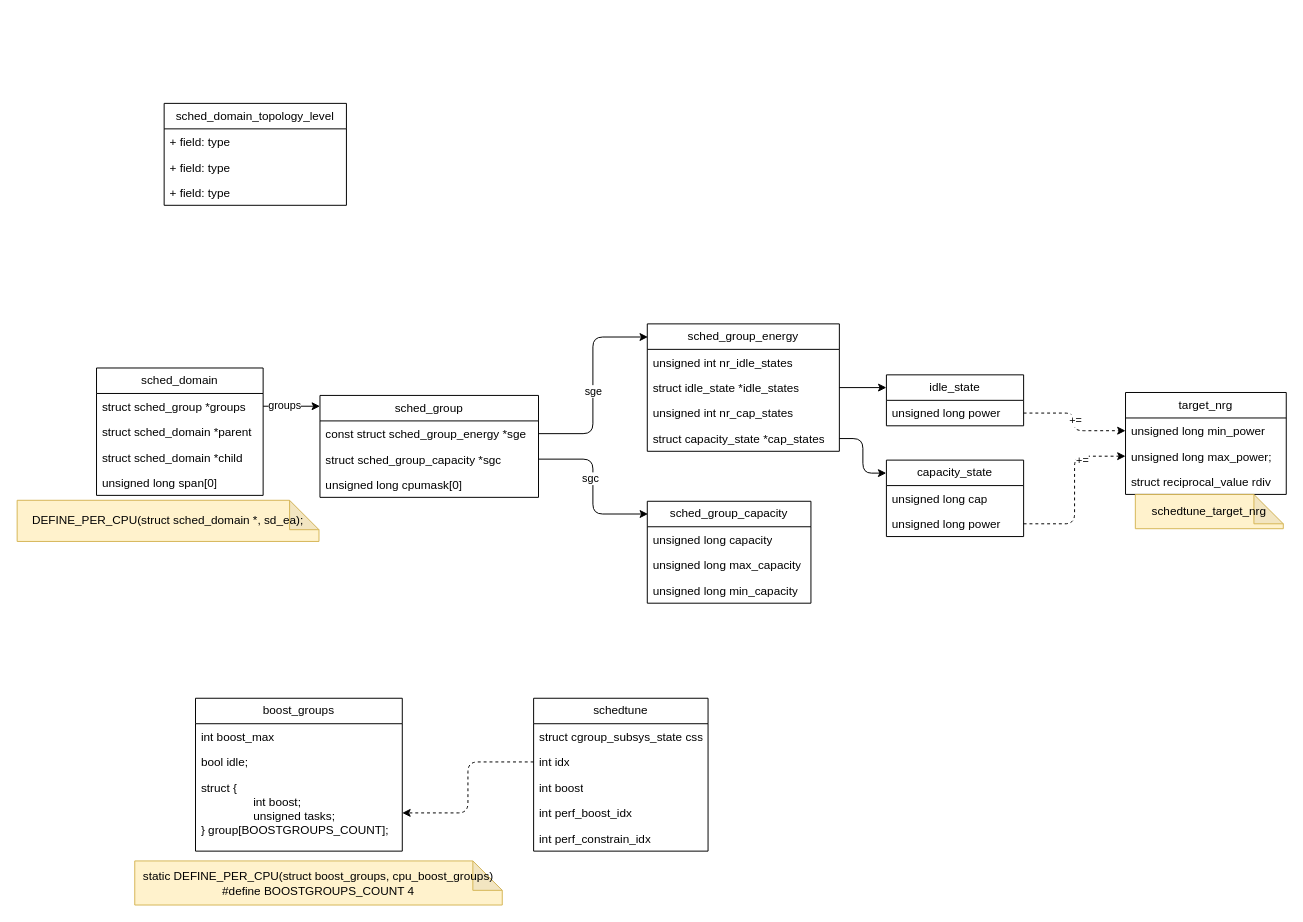
Earlier version of the draw.io diagram schedtune.drawio (jasonactions/graph). Source tidied: cells renumbered, new cells numbered last; positions are measured from the earlier drawing's top-left corner, leaving out a move shared by most shapes. Both pictures are drawn from the tidied source at 98%, with x=0, y=0 at pixel (17, 103).
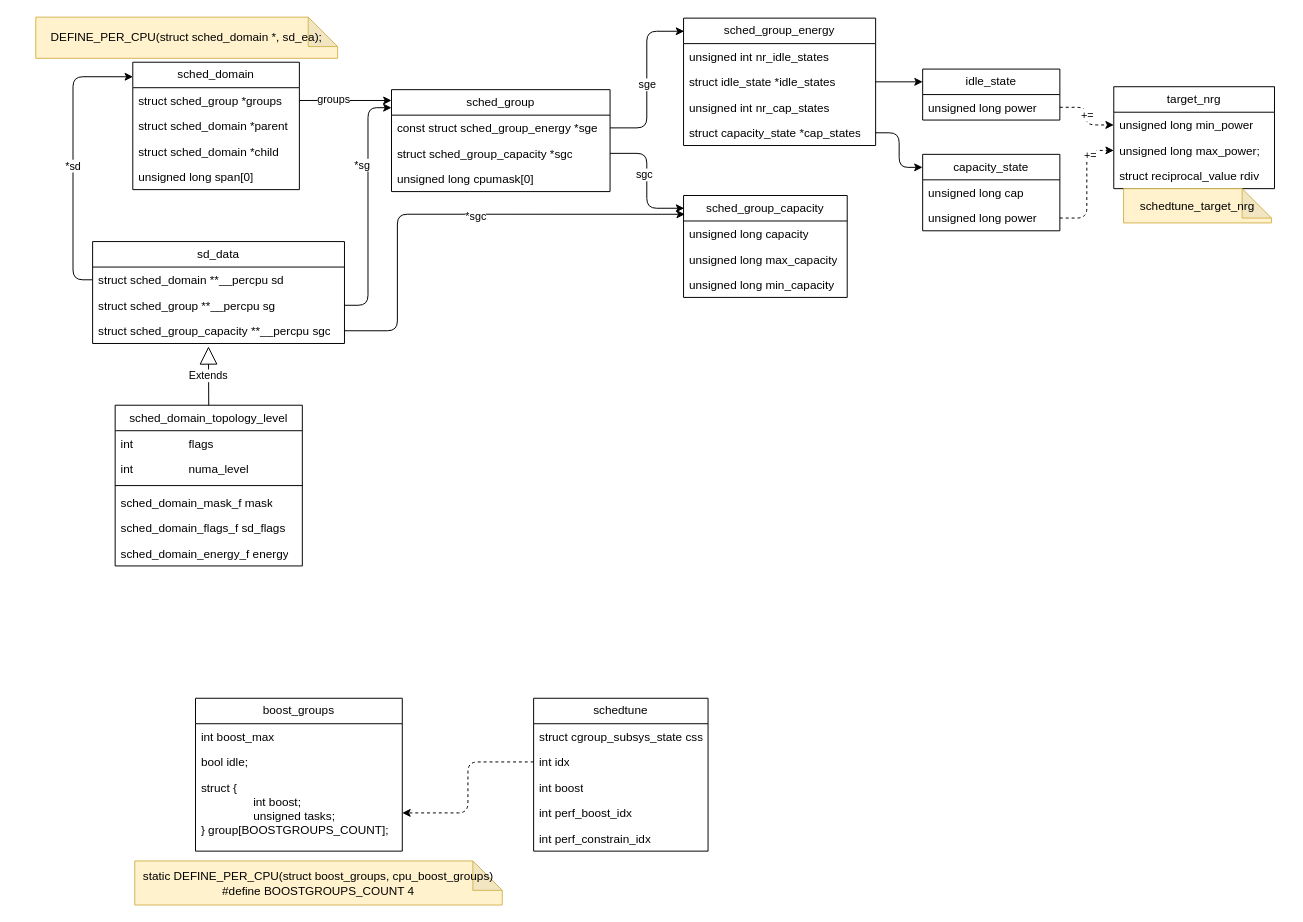
The same page after the edit.

Diff of the diagram source:
```diff
@@
     <mxCell id="2" value="target_nrg" style="swimlane;fontStyle=0;horizontal=1;startSize=26;fillColor=none;whiteSpace=wrap;html=1;" parent="1" vertex="1">
-      <mxGeometry x="1131" y="295" width="164" height="104" as="geometry" />
+      <mxGeometry x="1119" y="-17" width="164" height="104" as="geometry" />
     </mxCell>
@@
     <mxCell id="6" value="sched_domain" style="swimlane;fontStyle=0;horizontal=1;startSize=26;fillColor=none;whiteSpace=wrap;html=1;" parent="1" vertex="1">
-      <mxGeometry x="81" y="270" width="170" height="130" as="geometry" />
+      <mxGeometry x="118" y="-42" width="170" height="130" as="geometry" />
     </mxCell>
@@
     <mxCell id="11" value="sched_group" style="swimlane;fontStyle=0;horizontal=1;startSize=26;fillColor=none;whiteSpace=wrap;html=1;" parent="1" vertex="1">
-      <mxGeometry x="309" y="298" width="223" height="104" as="geometry" />
+      <mxGeometry x="382" y="-14" width="223" height="104" as="geometry" />
     </mxCell>
@@
     <mxCell id="29" value="schedtune_target_nrg" style="shape=note;whiteSpace=wrap;html=1;backgroundOutline=1;darkOpacity=0.05;fillColor=#fff2cc;strokeColor=#d6b656;" parent="1" vertex="1">
-      <mxGeometry x="1141" y="399" width="151" height="35" as="geometry" />
+      <mxGeometry x="1129" y="87" width="151" height="35" as="geometry" />
     </mxCell>
     <mxCell id="30" value="sched_group_capacity" style="swimlane;fontStyle=0;horizontal=1;startSize=26;fillColor=none;whiteSpace=wrap;html=1;" parent="1" vertex="1">
-      <mxGeometry x="643" y="406" width="167" height="104" as="geometry" />
+      <mxGeometry x="680" y="94" width="167" height="104" as="geometry" />
     </mxCell>
@@
     <mxCell id="36" value="sched_group_energy" style="swimlane;fontStyle=0;horizontal=1;startSize=26;fillColor=none;whiteSpace=wrap;html=1;" parent="1" vertex="1">
-      <mxGeometry x="643" y="225" width="196" height="130" as="geometry" />
+      <mxGeometry x="680" y="-87" width="196" height="130" as="geometry" />
     </mxCell>
@@
     <mxCell id="43" value="idle_state" style="swimlane;fontStyle=0;horizontal=1;startSize=26;fillColor=none;whiteSpace=wrap;html=1;" parent="1" vertex="1">
-      <mxGeometry x="887" y="277" width="140" height="52" as="geometry" />
+      <mxGeometry x="924" y="-35" width="140" height="52" as="geometry" />
     </mxCell>
@@
     <mxCell id="46" value="capacity_state" style="swimlane;fontStyle=0;horizontal=1;startSize=26;fillColor=none;whiteSpace=wrap;html=1;" parent="1" vertex="1">
-      <mxGeometry x="887" y="364" width="140" height="78" as="geometry" />
+      <mxGeometry x="924" y="52" width="140" height="78" as="geometry" />
     </mxCell>
@@
     <mxCell id="50" value="DEFINE_PER_CPU(struct sched_domain *, sd_ea);" style="shape=note;whiteSpace=wrap;html=1;backgroundOutline=1;darkOpacity=0.05;fillColor=#fff2cc;strokeColor=#d6b656;" parent="1" vertex="1">
-      <mxGeometry y="405" width="308" height="42" as="geometry" />
+      <mxGeometry x="19" y="-88" width="308" height="42" as="geometry" />
     </mxCell>
@@
+    <mxCell id="59" value="sd_data" style="swimlane;fontStyle=0;horizontal=1;startSize=26;fillColor=none;whiteSpace=wrap;html=1;" parent="1" vertex="1">
+      <mxGeometry x="77" y="141" width="257" height="104" as="geometry" />
+    </mxCell>
+    <mxCell id="60" value="struct sched_domain **__percpu sd" style="text;strokeColor=none;fillColor=none;align=left;verticalAlign=top;spacingLeft=4;spacingRight=4;overflow=hidden;points=[[0,0.5],[1,0.5]];portConstraint=eastwest;whiteSpace=wrap;html=1;" parent="59" vertex="1">
+      <mxGeometry y="26" width="257" height="26" as="geometry" />
+    </mxCell>
+    <mxCell id="61" value="struct sched_group **__percpu sg" style="text;strokeColor=none;fillColor=none;align=left;verticalAlign=top;spacingLeft=4;spacingRight=4;overflow=hidden;points=[[0,0.5],[1,0.5]];portConstraint=eastwest;whiteSpace=wrap;html=1;" parent="59" vertex="1">
+      <mxGeometry y="52" width="257" height="26" as="geometry" />
+    </mxCell>
+    <mxCell id="62" value="struct sched_group_capacity **__percpu sgc" style="text;strokeColor=none;fillColor=none;align=left;verticalAlign=top;spacingLeft=4;spacingRight=4;overflow=hidden;points=[[0,0.5],[1,0.5]];portConstraint=eastwest;whiteSpace=wrap;html=1;" parent="59" vertex="1">
+      <mxGeometry y="78" width="257" height="26" as="geometry" />
+    </mxCell>
-    <mxCell id="55" value="sched_domain_topology_level" style="swimlane;fontStyle=0;horizontal=1;startSize=26;fillColor=none;whiteSpace=wrap;html=1;" parent="1" vertex="1">
-      <mxGeometry x="150" width="186" height="104" as="geometry" />
+    <mxCell id="55" value="&lt;span style=&quot;font-weight: 400;&quot;&gt;sched_domain_topology_level&lt;/span&gt;" style="swimlane;fontStyle=1;align=center;verticalAlign=top;horizontal=1;startSize=26;whiteSpace=wrap;html=1;" parent="1" vertex="1">
+      <mxGeometry x="100" y="308" width="191" height="164" as="geometry" />
     </mxCell>
-    <mxCell id="56" value="+ field: type" style="text;strokeColor=none;fillColor=none;align=left;verticalAlign=top;spacingLeft=4;spacingRight=4;overflow=hidden;whiteSpace=wrap;html=1;" parent="55" vertex="1">
-      <mxGeometry y="26" width="186" height="26" as="geometry" />
-    </mxCell>
-    <mxCell id="57" value="+ field: type" style="text;strokeColor=none;fillColor=none;align=left;verticalAlign=top;spacingLeft=4;spacingRight=4;overflow=hidden;whiteSpace=wrap;html=1;" parent="55" vertex="1">
-      <mxGeometry y="52" width="186" height="26" as="geometry" />
-    </mxCell>
-    <mxCell id="58" value="+ field: type" style="text;strokeColor=none;fillColor=none;align=left;verticalAlign=top;spacingLeft=4;spacingRight=4;overflow=hidden;whiteSpace=wrap;html=1;" parent="55" vertex="1">
-      <mxGeometry y="78" width="186" height="26" as="geometry" />
-    </mxCell>
+    <mxCell id="63" value="int&amp;nbsp; &amp;nbsp; &amp;nbsp; &amp;nbsp; &amp;nbsp; &amp;nbsp; &amp;nbsp; &amp;nbsp; &amp;nbsp;flags" style="text;strokeColor=none;fillColor=none;align=left;verticalAlign=top;spacingLeft=4;spacingRight=4;overflow=hidden;whiteSpace=wrap;html=1;" parent="55" vertex="1">
+      <mxGeometry y="26" width="191" height="26" as="geometry" />
+    </mxCell>
+    <mxCell id="64" value="int&amp;nbsp; &amp;nbsp; &amp;nbsp; &amp;nbsp; &amp;nbsp; &amp;nbsp; &amp;nbsp; &amp;nbsp; &amp;nbsp;numa_level" style="text;strokeColor=none;fillColor=none;align=left;verticalAlign=top;spacingLeft=4;spacingRight=4;overflow=hidden;whiteSpace=wrap;html=1;" parent="55" vertex="1">
+      <mxGeometry y="52" width="191" height="26" as="geometry" />
+    </mxCell>
+    <mxCell id="65" style="line;strokeWidth=1;fillColor=none;align=left;verticalAlign=middle;spacingTop=-1;spacingLeft=3;spacingRight=3;labelPosition=right;strokeColor=inherit;" parent="55" vertex="1">
+      <mxGeometry y="78" width="191" height="8" as="geometry" />
+    </mxCell>
+    <mxCell id="66" value="sched_domain_mask_f mask" style="text;strokeColor=none;fillColor=none;align=left;verticalAlign=top;spacingLeft=4;spacingRight=4;overflow=hidden;whiteSpace=wrap;html=1;" parent="55" vertex="1">
+      <mxGeometry y="86" width="191" height="26" as="geometry" />
+    </mxCell>
+    <mxCell id="67" value="sched_domain_flags_f sd_flags" style="text;strokeColor=none;fillColor=none;align=left;verticalAlign=top;spacingLeft=4;spacingRight=4;overflow=hidden;whiteSpace=wrap;html=1;" parent="55" vertex="1">
+      <mxGeometry y="112" width="191" height="26" as="geometry" />
+    </mxCell>
+    <mxCell id="68" value="sched_domain_energy_f energy" style="text;strokeColor=none;fillColor=none;align=left;verticalAlign=top;spacingLeft=4;spacingRight=4;overflow=hidden;whiteSpace=wrap;html=1;" parent="55" vertex="1">
+      <mxGeometry y="138" width="191" height="26" as="geometry" />
+    </mxCell>
+    <mxCell id="69" value="Extends" style="endArrow=block;endSize=16;endFill=0;html=1;rounded=0;exitX=0.5;exitY=0;exitDx=0;exitDy=0;entryX=0.46;entryY=1.115;entryDx=0;entryDy=0;entryPerimeter=0;" parent="1" edge="1" source="55" target="62">
+      <mxGeometry relative="1" as="geometry" />
+    </mxCell>
+    <mxCell id="70" style="edgeStyle=orthogonalEdgeStyle;rounded=1;jettySize=auto;html=1;entryX=0.001;entryY=0.114;entryDx=0;entryDy=0;entryPerimeter=0;curved=0;" parent="1" edge="1" source="60" target="6">
+      <mxGeometry relative="1" as="geometry" />
+    </mxCell>
+    <mxCell id="71" value="*sd" style="edgeLabel;html=1;align=center;verticalAlign=middle;" parent="70" vertex="1">
+      <mxGeometry x="-0.05" y="1" relative="1" as="geometry" />
+    </mxCell>
+    <mxCell id="72" style="edgeStyle=orthogonalEdgeStyle;rounded=1;jettySize=auto;html=1;entryX=0;entryY=0.177;entryDx=0;entryDy=0;entryPerimeter=0;curved=0;" parent="1" edge="1" source="61" target="11">
+      <mxGeometry relative="1" as="geometry" />
+    </mxCell>
+    <mxCell id="73" value="*sg" style="edgeLabel;html=1;align=center;verticalAlign=middle;" parent="72" vertex="1">
+      <mxGeometry x="0.19" y="1" relative="1" as="geometry">
+        <mxPoint x="-6" y="-19" as="offset" />
+      </mxGeometry>
+    </mxCell>
+    <mxCell id="74" style="edgeStyle=orthogonalEdgeStyle;rounded=1;jettySize=auto;html=1;entryX=0.008;entryY=0.184;entryDx=0;entryDy=0;entryPerimeter=0;curved=0;exitX=1;exitY=0.5;exitDx=0;exitDy=0;" parent="1" edge="1" source="62" target="30">
+      <mxGeometry relative="1" as="geometry">
+        <Array as="points">
+          <mxPoint x="388" y="232" />
+          <mxPoint x="388" y="113" />
+        </Array>
+      </mxGeometry>
+    </mxCell>
+    <mxCell id="75" value="*sgc" style="edgeLabel;html=1;align=center;verticalAlign=middle;" parent="74" vertex="1">
+      <mxGeometry x="0.08" y="4" relative="1" as="geometry">
+        <mxPoint y="5" as="offset" />
+      </mxGeometry>
+    </mxCell>
```
